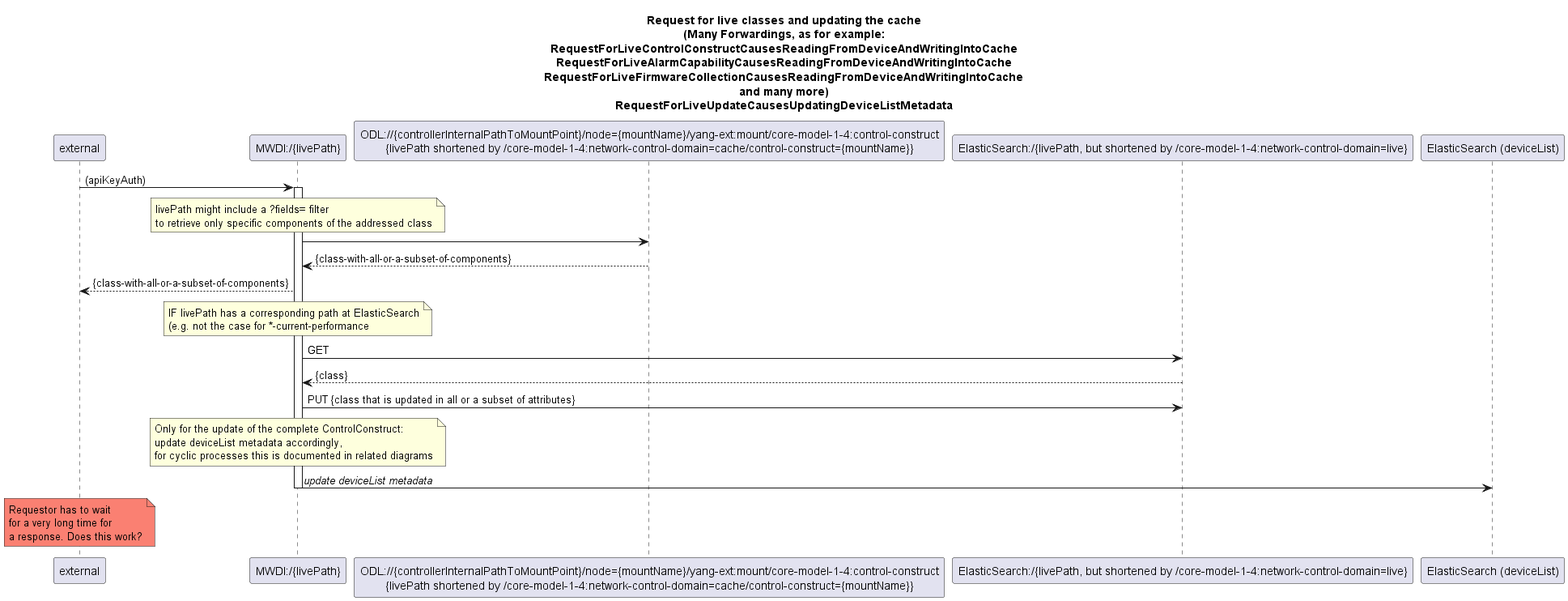
openBackhaul/MicroWaveDeviceInventory keeps this PlantUML diagram as spec/diagrams/500_LiveRessourcePathWithCacheUpdate.png. Above is the earlier version.
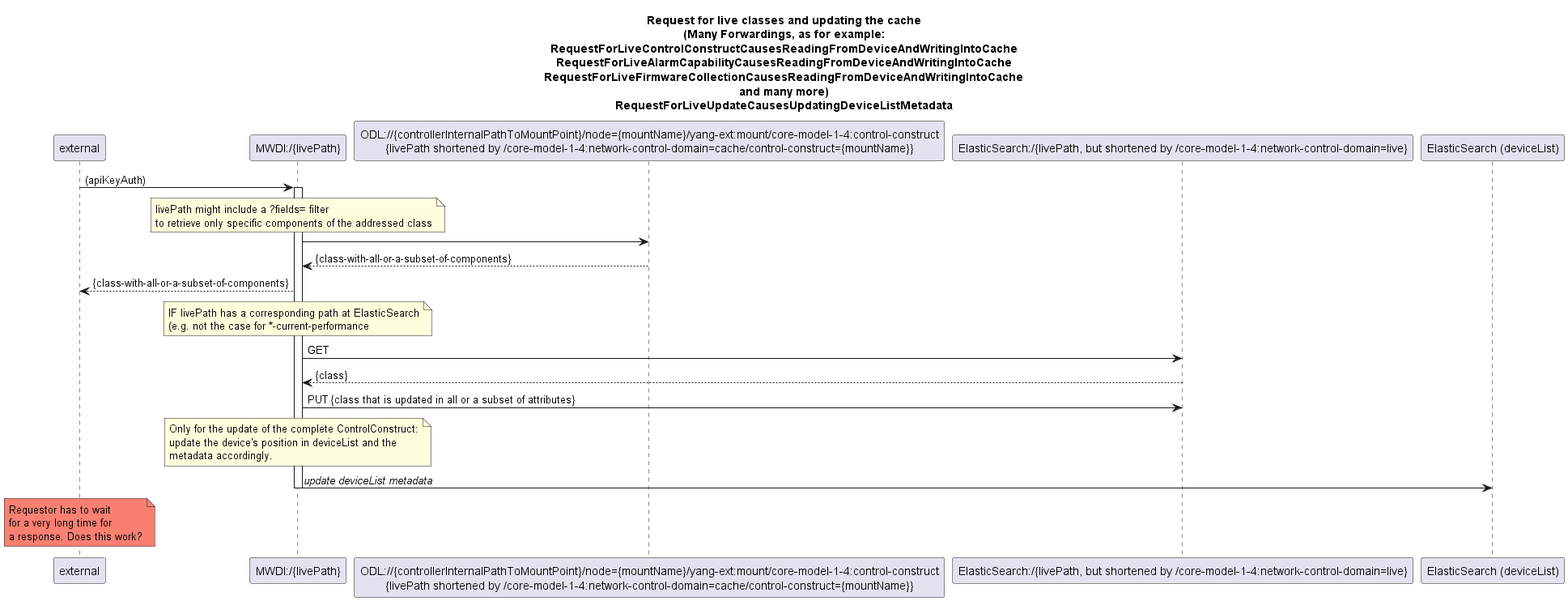
After the commit.

The edit, as a diff of the source:
```diff
@@ -41,8 +41,8 @@
 
 note over LiveControlConstructClass
   Only for the update of the complete ControlConstruct:
-  update deviceList metadata accordingly,
-  for cyclic processes this is documented in related diagrams
+  update the device's position in deviceList and the
+  metadata accordingly.
 end note
 LiveControlConstructClass -> deviceList: <i>update deviceList metadata</i>
 
```
